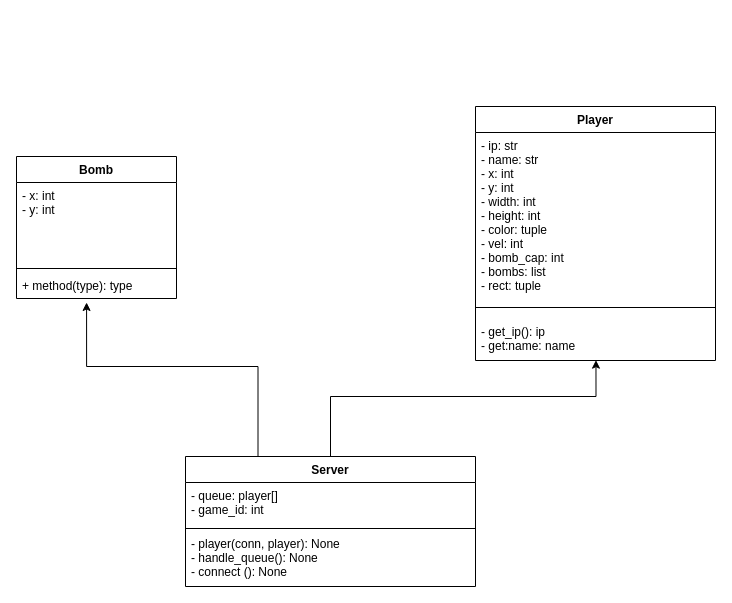
Before: .drawio in Truntaler/TM-Project, a draw.io diagram. Source tidied: cells renumbered, new cells numbered last; positions are measured from the earlier drawing's top-left corner, leaving out a move shared by most shapes. Both pictures are drawn from the tidied source at 100%, with x=0, y=0 at pixel (16, 106).
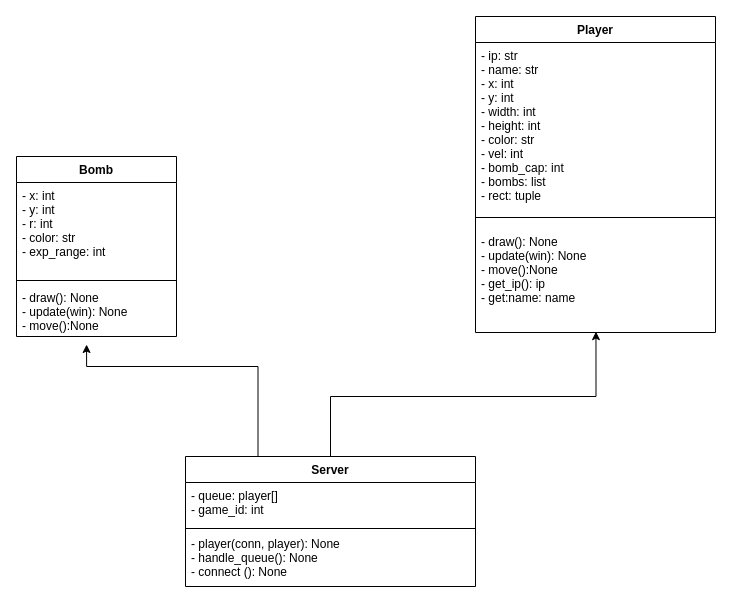
Above is the later version.

Commit message:
server_5/ letzte Änderung 25.01.2021

Change to the diagram source:
```diff
@@
     <mxCell id="9" value="Player" style="swimlane;fontStyle=1;align=center;verticalAlign=top;horizontal=1;startSize=26;" parent="1" vertex="1">
-      <mxGeometry x="459" width="240" height="254" as="geometry" />
+      <mxGeometry x="459" y="-90" width="240" height="316" as="geometry" />
     </mxCell>
-    <mxCell id="10" value="- ip: str&#10;- name: str &#10;- x: int&#10;- y: int&#10;- width: int&#10;- height: int&#10;- color: tuple&#10;- vel: int&#10;- bomb_cap: int&#10;- bombs: list&#10;- rect: tuple&#10;&#10;&#10;" style="text;strokeColor=none;fillColor=none;align=left;verticalAlign=top;spacingLeft=4;spacingRight=4;overflow=hidden;" parent="9" vertex="1">
+    <mxCell id="10" value="- ip: str&#10;- name: str &#10;- x: int&#10;- y: int&#10;- width: int&#10;- height: int&#10;- color: str&#10;- vel: int&#10;- bomb_cap: int&#10;- bombs: list&#10;- rect: tuple&#10;&#10;&#10;" style="text;strokeColor=none;fillColor=none;align=left;verticalAlign=top;spacingLeft=4;spacingRight=4;overflow=hidden;" parent="9" vertex="1">
       <mxGeometry y="26" width="240" height="164" as="geometry" />
     </mxCell>
@@
-    <mxCell id="12" value="- get_ip(): ip&#10;- get:name: name" style="text;strokeColor=none;fillColor=none;align=left;verticalAlign=top;spacingLeft=4;spacingRight=4;overflow=hidden;points=[[0,0.5],[1,0.5]];portConstraint=eastwest;" parent="9" vertex="1">
-      <mxGeometry y="212" width="240" height="42" as="geometry" />
+    <mxCell id="12" value="- draw(): None&#10;- update(win): None&#10;- move():None&#10;- get_ip(): ip&#10;- get:name: name" style="text;strokeColor=none;fillColor=none;align=left;verticalAlign=top;spacingLeft=4;spacingRight=4;overflow=hidden;points=[[0,0.5],[1,0.5]];portConstraint=eastwest;" parent="9" vertex="1">
+      <mxGeometry y="212" width="240" height="104" as="geometry" />
     </mxCell>
     <mxCell id="13" value="Bomb" style="swimlane;fontStyle=1;align=center;verticalAlign=top;horizontal=1;startSize=26;" parent="1" vertex="1">
-      <mxGeometry y="50" width="160" height="142" as="geometry" />
+      <mxGeometry y="50" width="160" height="180" as="geometry" />
     </mxCell>
-    <mxCell id="14" value="- x: int&#10;- y: int&#10;" style="text;strokeColor=none;fillColor=none;align=left;verticalAlign=top;spacingLeft=4;spacingRight=4;overflow=hidden;" parent="13" vertex="1">
-      <mxGeometry y="26" width="160" height="82" as="geometry" />
+    <mxCell id="14" value="- x: int&#10;- y: int&#10;- r: int&#10;- color: str&#10;- exp_range: int&#10;&#10;" style="text;strokeColor=none;fillColor=none;align=left;verticalAlign=top;spacingLeft=4;spacingRight=4;overflow=hidden;" parent="13" vertex="1">
+      <mxGeometry y="26" width="160" height="94" as="geometry" />
     </mxCell>
     <mxCell id="15" style="line;strokeWidth=1;fillColor=none;align=left;verticalAlign=middle;spacingTop=-1;spacingLeft=3;spacingRight=3;labelPosition=right;" parent="13" vertex="1">
-      <mxGeometry y="108" width="160" height="8" as="geometry" />
+      <mxGeometry y="120" width="160" height="8" as="geometry" />
     </mxCell>
-    <mxCell id="16" value="+ method(type): type" style="text;strokeColor=none;fillColor=none;align=left;verticalAlign=top;spacingLeft=4;spacingRight=4;overflow=hidden;points=[[0,0.5],[1,0.5]];portConstraint=eastwest;" parent="13" vertex="1">
-      <mxGeometry y="116" width="160" height="26" as="geometry" />
+    <mxCell id="16" value="- draw(): None&#10;- update(win): None&#10;- move():None" style="text;strokeColor=none;fillColor=none;align=left;verticalAlign=top;spacingLeft=4;spacingRight=4;overflow=hidden;points=[[0,0.5],[1,0.5]];portConstraint=eastwest;" parent="13" vertex="1">
+      <mxGeometry y="128" width="160" height="52" as="geometry" />
     </mxCell>
```
